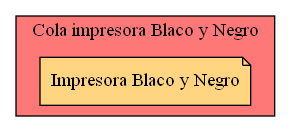
Above: Cola_Print_bw.png in Serch-ING/EDD_UDRAWING_202000119 (Graphviz), before the change. Its source is kept beside it as Cola_Print_bw.dot.
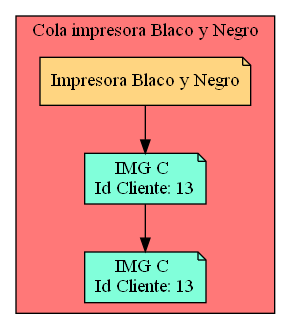
Later version of the same file.

Diff of the diagram source:
```diff
@@ -3,4 +3,11 @@
 subgraph cluster_p{
     label= " Cola impresora Blaco y Negro "
  raiz[label = "Impresora Blaco y Negro" fillcolor="#FFD581" ]    bgcolor = "#FF7878"
+Nodo173099767[label="IMG C
+Id Cliente: 13",fillcolor="#81FFDA"]
+Nodo112797691[label="IMG C
+Id Cliente: 13",fillcolor="#81FFDA"]
+
+raiz->Nodo173099767
+Nodo173099767 -> Nodo112797691
 }}
```
